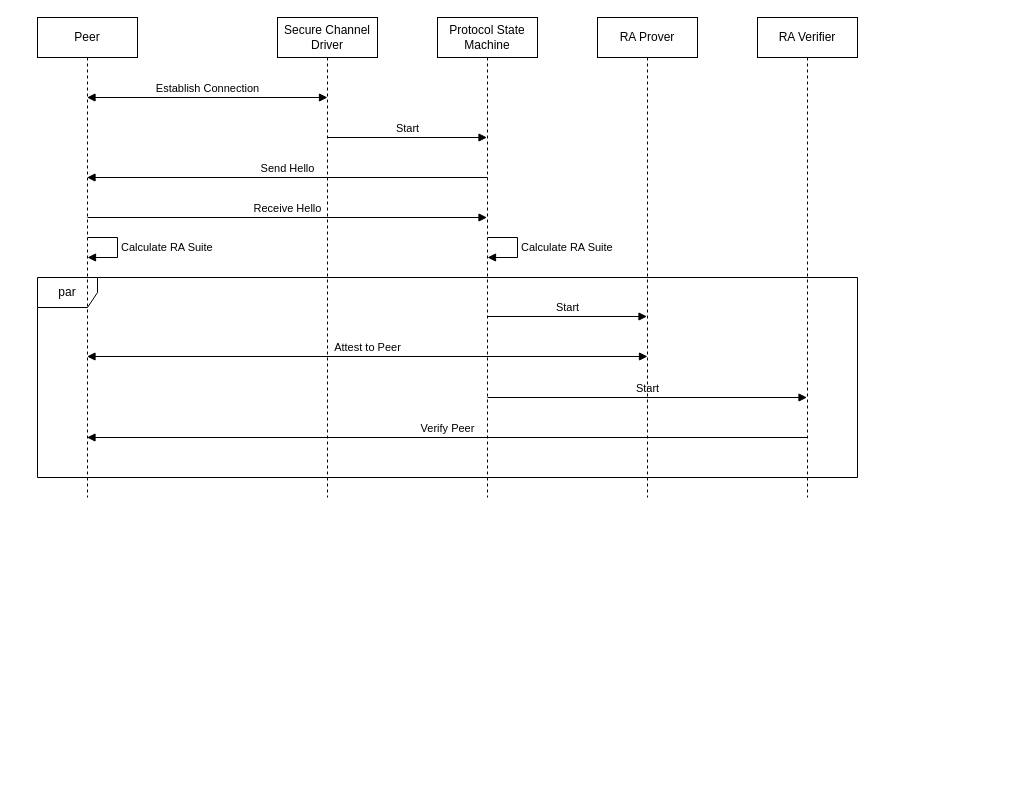
Above: images/exampleHandshake.drawio in MatthiasGr/idscp2-jvm-wiki (draw.io), before the change. Source tidied: cells renumbered, new cells numbered last; positions are measured from the earlier drawing's top-left corner, leaving out a move shared by most shapes. Both pictures are drawn from the tidied source at 100%, with x=0, y=0 at pixel (37, 17).
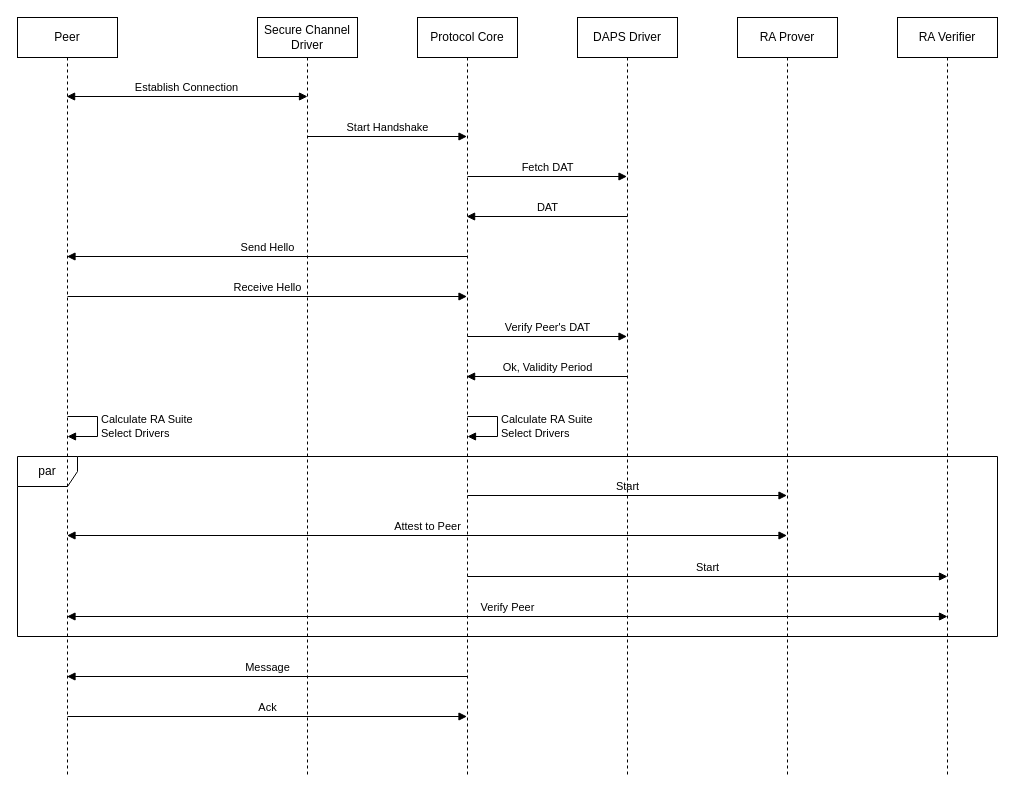
The same diagram, later.

Commit message (it also covers changes not shown here):
Expanded the example handshake diagram.

The edit, as a diff of the source:
```diff
@@
-    <mxCell id="2" value="par" style="shape=umlFrame;whiteSpace=wrap;html=1;labelBackgroundColor=default;" parent="1" vertex="1">
-      <mxGeometry y="260" width="820" height="200" as="geometry" />
+    <mxCell id="2" value="par" style="shape=umlFrame;whiteSpace=wrap;labelBackgroundColor=default;html=1;" parent="1" vertex="1">
+      <mxGeometry x="-20" y="439" width="980" height="180" as="geometry" />
     </mxCell>
-    <mxCell id="3" value="Secure Channel Driver" style="shape=umlLifeline;perimeter=lifelinePerimeter;whiteSpace=wrap;html=1;labelBackgroundColor=default;" parent="1" vertex="1">
-      <mxGeometry x="240" width="100" height="480" as="geometry" />
+    <mxCell id="3" value="Secure Channel Driver" style="shape=umlLifeline;perimeter=lifelinePerimeter;whiteSpace=wrap;labelBackgroundColor=default;html=1;" parent="1" vertex="1">
+      <mxGeometry x="220" width="100" height="760" as="geometry" />
     </mxCell>
+    <mxCell id="5" value="Protocol Core" style="shape=umlLifeline;perimeter=lifelinePerimeter;whiteSpace=wrap;outlineConnect=0;labelBackgroundColor=default;html=1;" parent="1" vertex="1">
+      <mxGeometry x="380" width="100" height="760" as="geometry" />
+    </mxCell>
+    <mxCell id="9" value="RA Prover" style="shape=umlLifeline;perimeter=lifelinePerimeter;whiteSpace=wrap;labelBackgroundColor=default;html=1;" parent="1" vertex="1">
+      <mxGeometry x="700" width="100" height="760" as="geometry" />
+    </mxCell>
+    <mxCell id="10" value="Peer" style="shape=umlLifeline;perimeter=lifelinePerimeter;whiteSpace=wrap;outlineConnect=0;labelBackgroundColor=default;html=1;" parent="1" vertex="1">
+      <mxGeometry x="-20" width="100" height="760" as="geometry" />
+    </mxCell>
+    <mxCell id="13" value="Establish Connection" style="verticalAlign=bottom;endArrow=block;rounded=0;startArrow=block;startFill=1;labelBackgroundColor=default;html=1;" parent="1" edge="1">
+      <mxGeometry relative="1" as="geometry">
+        <mxPoint x="29.1" y="79" as="sourcePoint" />
+        <mxPoint x="270" y="79" as="targetPoint" />
+      </mxGeometry>
+    </mxCell>
+    <mxCell id="14" value="RA Verifier" style="shape=umlLifeline;perimeter=lifelinePerimeter;whiteSpace=wrap;outlineConnect=0;labelBackgroundColor=default;html=1;" parent="1" vertex="1">
+      <mxGeometry x="860" width="100" height="760" as="geometry" />
+    </mxCell>
+    <mxCell id="16" value="Start" style="verticalAlign=bottom;endArrow=block;rounded=0;labelBackgroundColor=default;html=1;" parent="1" edge="1">
+      <mxGeometry relative="1" as="geometry">
+        <mxPoint x="430" y="478" as="sourcePoint" />
+        <mxPoint x="749.5" y="478" as="targetPoint" />
+      </mxGeometry>
+    </mxCell>
+    <mxCell id="17" value="Attest to Peer" style="verticalAlign=bottom;endArrow=block;rounded=0;startArrow=block;startFill=1;labelBackgroundColor=default;html=1;" parent="1" edge="1">
+      <mxGeometry relative="1" as="geometry">
+        <mxPoint x="749.5" y="518" as="sourcePoint" />
+        <mxPoint x="29.5" y="518" as="targetPoint" />
+      </mxGeometry>
+    </mxCell>
+    <mxCell id="18" value="Message" style="verticalAlign=bottom;endArrow=block;rounded=0;html=1;" parent="1" edge="1">
+      <mxGeometry relative="1" as="geometry">
+        <mxPoint x="430" y="659" as="sourcePoint" />
+        <mxPoint x="29.5" y="659" as="targetPoint" />
+      </mxGeometry>
+    </mxCell>
+    <mxCell id="19" value="DAPS Driver" style="shape=umlLifeline;perimeter=lifelinePerimeter;whiteSpace=wrap;labelBackgroundColor=default;html=1;" parent="1" vertex="1">
+      <mxGeometry x="540" width="100" height="760" as="geometry" />
+    </mxCell>
+    <mxCell id="11" value="Receive Hello" style="verticalAlign=bottom;endArrow=block;rounded=0;labelBackgroundColor=default;html=1;" parent="1" edge="1">
+      <mxGeometry relative="1" as="geometry">
+        <mxPoint x="30" y="279" as="sourcePoint" />
+        <mxPoint x="429.5" y="279" as="targetPoint" />
+      </mxGeometry>
+    </mxCell>
+    <mxCell id="12" value="Calculate RA Suite&lt;br&gt;Select Drivers" style="edgeStyle=orthogonalEdgeStyle;align=left;spacingLeft=2;endArrow=block;rounded=0;labelBackgroundColor=default;html=1;" parent="1" edge="1">
+      <mxGeometry relative="1" as="geometry">
+        <mxPoint x="30" y="399" as="sourcePoint" />
+        <mxPoint x="30" y="419" as="targetPoint" />
+        <Array as="points">
+          <mxPoint x="60" y="399" />
+        </Array>
+      </mxGeometry>
+    </mxCell>
+    <mxCell id="20" value="Ack" style="verticalAlign=bottom;endArrow=block;rounded=0;html=1;" parent="1" edge="1">
+      <mxGeometry relative="1" as="geometry">
+        <mxPoint x="30" y="699" as="sourcePoint" />
+        <mxPoint x="429.5" y="699" as="targetPoint" />
+      </mxGeometry>
+    </mxCell>
-    <mxCell id="4" value="Start" style="html=1;verticalAlign=bottom;endArrow=block;rounded=0;labelBackgroundColor=default;" parent="3" edge="1" target="5">
+    <mxCell id="4" value="Start Handshake" style="verticalAlign=bottom;endArrow=block;rounded=0;labelBackgroundColor=default;html=1;" parent="1" edge="1">
       <mxGeometry relative="1" as="geometry">
-        <mxPoint x="50" y="120" as="sourcePoint" />
+        <mxPoint x="270" y="119" as="sourcePoint" />
+        <mxPoint x="429.5" y="119" as="targetPoint" />
       </mxGeometry>
     </mxCell>
-    <mxCell id="5" value="Protocol State Machine" style="shape=umlLifeline;perimeter=lifelinePerimeter;whiteSpace=wrap;html=1;outlineConnect=0;labelBackgroundColor=default;" parent="1" vertex="1">
-      <mxGeometry x="400" width="100" height="480" as="geometry" />
-    </mxCell>
-    <mxCell id="6" value="Send Hello" style="html=1;verticalAlign=bottom;endArrow=block;rounded=0;labelBackgroundColor=default;" parent="5" edge="1" target="10">
+    <mxCell id="6" value="Send Hello" style="verticalAlign=bottom;endArrow=block;rounded=0;labelBackgroundColor=default;html=1;" parent="1" edge="1">
       <mxGeometry relative="1" as="geometry">
-        <mxPoint x="50" y="160" as="sourcePoint" />
+        <mxPoint x="430" y="239" as="sourcePoint" />
+        <mxPoint x="29.5" y="239" as="targetPoint" />
       </mxGeometry>
     </mxCell>
-    <mxCell id="7" value="Calculate RA Suite" style="edgeStyle=orthogonalEdgeStyle;html=1;align=left;spacingLeft=2;endArrow=block;rounded=0;labelBackgroundColor=default;" parent="5" edge="1">
+    <mxCell id="7" value="Calculate RA Suite&lt;br&gt;Select Drivers" style="edgeStyle=orthogonalEdgeStyle;align=left;spacingLeft=2;endArrow=block;rounded=0;labelBackgroundColor=default;html=1;" parent="1" edge="1">
       <mxGeometry relative="1" as="geometry">
-        <mxPoint x="50" y="220" as="sourcePoint" />
-        <mxPoint x="50" y="240" as="targetPoint" />
+        <mxPoint x="430" y="399" as="sourcePoint" />
+        <mxPoint x="430" y="419" as="targetPoint" />
         <Array as="points">
-          <mxPoint x="80" y="220" />
+          <mxPoint x="460" y="399" />
         </Array>
       </mxGeometry>
     </mxCell>
-    <mxCell id="8" value="Start" style="verticalAlign=bottom;endArrow=block;rounded=0;labelBackgroundColor=#FFFFFF;labelBorderColor=none;html=1;" parent="5" edge="1" target="14">
+    <mxCell id="8" value="Start" style="verticalAlign=bottom;endArrow=block;rounded=0;labelBackgroundColor=default;labelBorderColor=none;html=1;" parent="1" edge="1">
       <mxGeometry relative="1" as="geometry">
-        <mxPoint x="50" y="380" as="sourcePoint" />
+        <mxPoint x="430" y="559" as="sourcePoint" />
+        <mxPoint x="910" y="559" as="targetPoint" />
       </mxGeometry>
     </mxCell>
-    <mxCell id="9" value="RA Prover" style="shape=umlLifeline;perimeter=lifelinePerimeter;whiteSpace=wrap;html=1;labelBackgroundColor=default;" parent="1" vertex="1">
-      <mxGeometry x="560" width="100" height="480" as="geometry" />
-    </mxCell>
-    <mxCell id="10" value="Peer" style="shape=umlLifeline;perimeter=lifelinePerimeter;whiteSpace=wrap;html=1;outlineConnect=0;labelBackgroundColor=default;" parent="1" vertex="1">
-      <mxGeometry width="100" height="480" as="geometry" />
-    </mxCell>
-    <mxCell id="11" value="Receive Hello" style="html=1;verticalAlign=bottom;endArrow=block;rounded=0;labelBackgroundColor=default;" parent="10" edge="1" target="5">
-      <mxGeometry relative="1" as="geometry">
-        <mxPoint x="50" y="200" as="sourcePoint" />
-      </mxGeometry>
-    </mxCell>
-    <mxCell id="12" value="Calculate RA Suite" style="edgeStyle=orthogonalEdgeStyle;html=1;align=left;spacingLeft=2;endArrow=block;rounded=0;labelBackgroundColor=default;" parent="10" edge="1">
-      <mxGeometry relative="1" as="geometry">
-        <mxPoint x="50" y="220" as="sourcePoint" />
-        <mxPoint x="50" y="240" as="targetPoint" />
-        <Array as="points">
-          <mxPoint x="80" y="220" />
-        </Array>
-      </mxGeometry>
-    </mxCell>
-    <mxCell id="13" value="Establish Connection" style="html=1;verticalAlign=bottom;endArrow=block;rounded=0;startArrow=block;startFill=1;labelBackgroundColor=default;" parent="1" edge="1" source="10">
-      <mxGeometry relative="1" as="geometry">
-        <mxPoint x="290" y="80" as="targetPoint" />
-      </mxGeometry>
-    </mxCell>
-    <mxCell id="14" value="RA Verifier" style="shape=umlLifeline;perimeter=lifelinePerimeter;whiteSpace=wrap;html=1;outlineConnect=0;labelBackgroundColor=default;" parent="1" vertex="1">
-      <mxGeometry x="720" width="100" height="480" as="geometry" />
-    </mxCell>
+    <mxCell id="21" value="Fetch DAT" style="verticalAlign=bottom;endArrow=block;rounded=0;labelBackgroundColor=#FFFFFF;html=1;" parent="1" edge="1">
+      <mxGeometry relative="1" as="geometry">
+        <mxPoint x="430" y="159" as="sourcePoint" />
+        <mxPoint x="589.5" y="159" as="targetPoint" />
+      </mxGeometry>
+    </mxCell>
-    <mxCell id="15" value="Verify Peer" style="html=1;verticalAlign=bottom;endArrow=block;rounded=0;labelBackgroundColor=default;" parent="14" edge="1" target="10">
+    <mxCell id="15" value="Verify Peer" style="verticalAlign=bottom;endArrow=block;rounded=0;labelBackgroundColor=default;startArrow=block;startFill=1;html=1;" parent="1" edge="1">
       <mxGeometry relative="1" as="geometry">
-        <mxPoint x="50" y="420" as="sourcePoint" />
+        <mxPoint x="910" y="599" as="sourcePoint" />
+        <mxPoint x="29.5" y="599" as="targetPoint" />
       </mxGeometry>
     </mxCell>
-    <mxCell id="16" value="Start" style="html=1;verticalAlign=bottom;endArrow=block;rounded=0;labelBackgroundColor=default;" parent="1" edge="1">
-      <mxGeometry relative="1" as="geometry">
-        <mxPoint x="450" y="299" as="sourcePoint" />
-        <mxPoint x="609.5" y="299" as="targetPoint" />
-      </mxGeometry>
-    </mxCell>
-    <mxCell id="17" value="Attest to Peer" style="html=1;verticalAlign=bottom;endArrow=block;rounded=0;startArrow=block;startFill=1;labelBackgroundColor=default;" parent="1" edge="1">
-      <mxGeometry relative="1" as="geometry">
-        <mxPoint x="610" y="339" as="sourcePoint" />
-        <mxPoint x="49.5" y="339" as="targetPoint" />
-      </mxGeometry>
-    </mxCell>
+    <mxCell id="22" value="DAT" style="verticalAlign=bottom;endArrow=block;rounded=0;labelBackgroundColor=#FFFFFF;html=1;" parent="1" edge="1">
+      <mxGeometry relative="1" as="geometry">
+        <mxPoint x="590" y="199" as="sourcePoint" />
+        <mxPoint x="429.1" y="199" as="targetPoint" />
+      </mxGeometry>
+    </mxCell>
+    <mxCell id="23" value="Verify Peer&amp;#39;s DAT" style="verticalAlign=bottom;endArrow=block;rounded=0;labelBackgroundColor=#FFFFFF;html=1;" parent="1" edge="1">
+      <mxGeometry relative="1" as="geometry">
+        <mxPoint x="430" y="319" as="sourcePoint" />
+        <mxPoint x="589.5" y="319" as="targetPoint" />
+      </mxGeometry>
+    </mxCell>
+    <mxCell id="24" value="Ok, Validity Period" style="verticalAlign=bottom;endArrow=block;rounded=0;labelBackgroundColor=#FFFFFF;html=1;" parent="1" edge="1">
+      <mxGeometry relative="1" as="geometry">
+        <mxPoint x="590" y="359" as="sourcePoint" />
+        <mxPoint x="429.1" y="359" as="targetPoint" />
+      </mxGeometry>
+    </mxCell>
```
